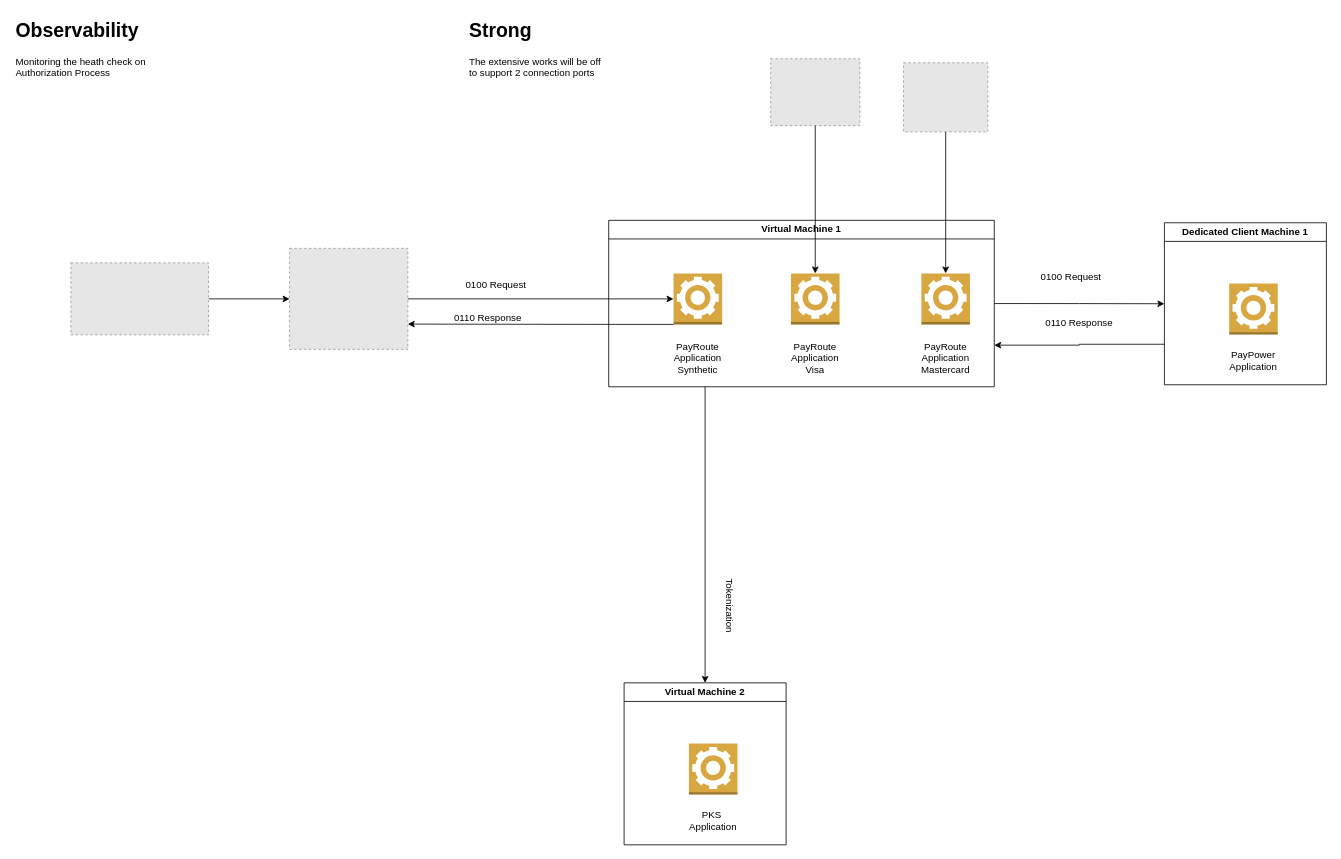
Above: page "Página-4" (4 of 4) of PayPower_Synthetic Monitor.drawio in LucasLeiteCesar/DrawArch (draw.io), before the change. Source tidied: cells renumbered, new cells numbered last; positions are measured from the earlier drawing's top-left corner, leaving out a move shared by most shapes. Both pictures are drawn from the tidied source at 81%, with x=0, y=0 at pixel (14, 14). Pictures stored in the file or linked from it are replaced by grey dashed boxes.
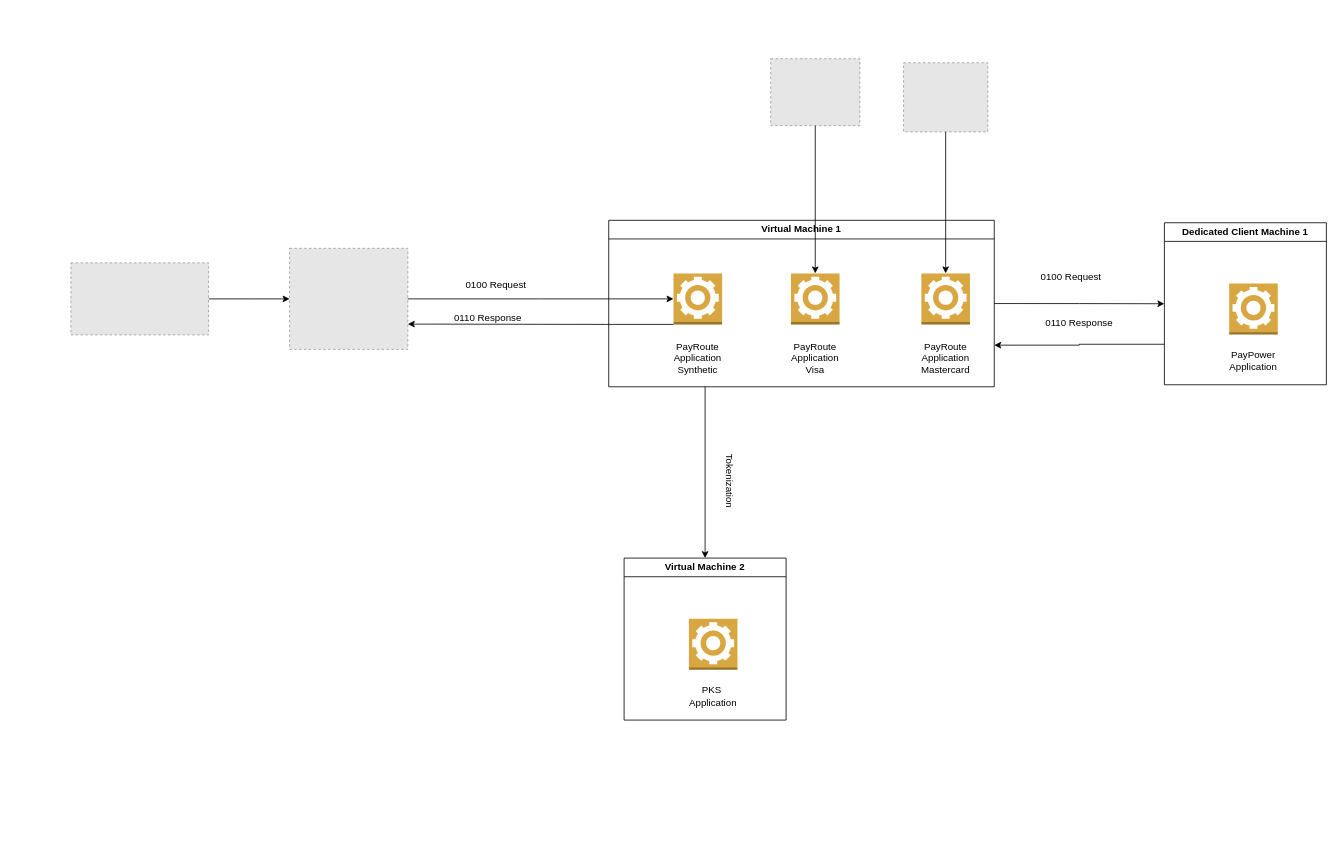
After the change.

Change to the diagram source:
```diff
@@
     <mxCell id="14" value="Virtual Machine 2" style="swimlane;whiteSpace=wrap;html=1;" parent="1" vertex="1">
-      <mxGeometry x="753" y="825.5" width="200" height="200" as="geometry" />
+      <mxGeometry x="753" y="671.5" width="200" height="200" as="geometry" />
     </mxCell>
@@
     <mxCell id="21" value="Tokenization" style="text;html=1;align=center;verticalAlign=middle;whiteSpace=wrap;rounded=0;rotation=90;" parent="1" vertex="1">
-      <mxGeometry x="839" y="715.5" width="90" height="30" as="geometry" />
+      <mxGeometry x="839" y="561.5" width="90" height="30" as="geometry" />
     </mxCell>
@@
-    <mxCell id="25" value="&lt;h1 style=&quot;margin-top: 0px;&quot;&gt;Observability&lt;/h1&gt;&lt;p&gt;Monitoring the heath check on Authorization Process&lt;br&gt;&lt;/p&gt;" style="text;html=1;whiteSpace=wrap;overflow=hidden;rounded=0;" parent="1" vertex="1">
-      <mxGeometry width="180" height="120" as="geometry" />
-    </mxCell>
-    <mxCell id="26" value="&lt;h1 style=&quot;margin-top: 0px;&quot;&gt;Strong&lt;/h1&gt;&lt;p&gt;The extensive works will be off&amp;nbsp; to support 2 connection ports&lt;br&gt;&lt;/p&gt;" style="text;html=1;whiteSpace=wrap;overflow=hidden;rounded=0;" parent="1" vertex="1">
-      <mxGeometry x="560" width="180" height="120" as="geometry" />
-    </mxCell>
```
